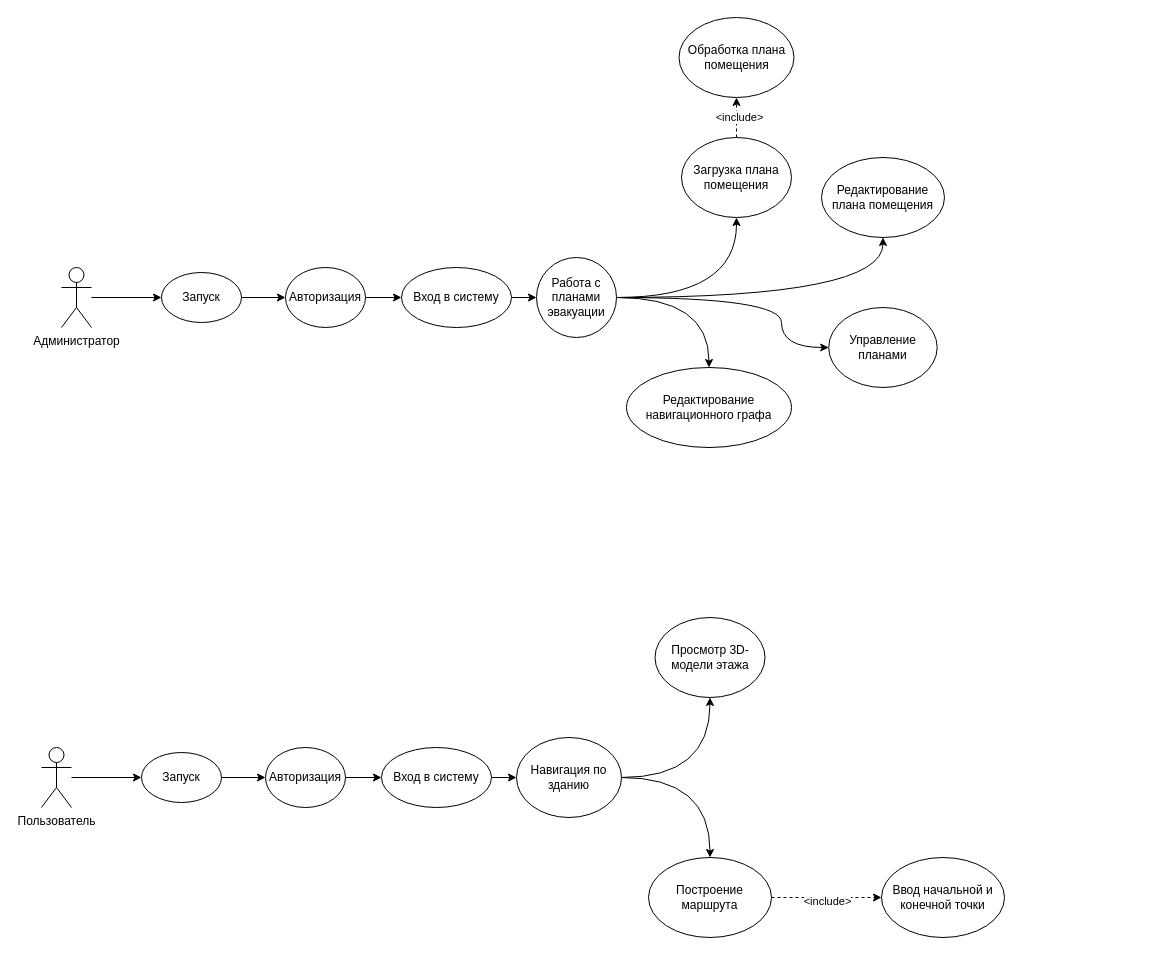
Before: usecase_test1.drawio in kapec2303/kartinka, a draw.io diagram. Source tidied: cells renumbered, new cells numbered last; positions are measured from the earlier drawing's top-left corner, leaving out a move shared by most shapes. Both pictures are drawn from the tidied source at 100%, with x=0, y=0 at pixel (41, 17).
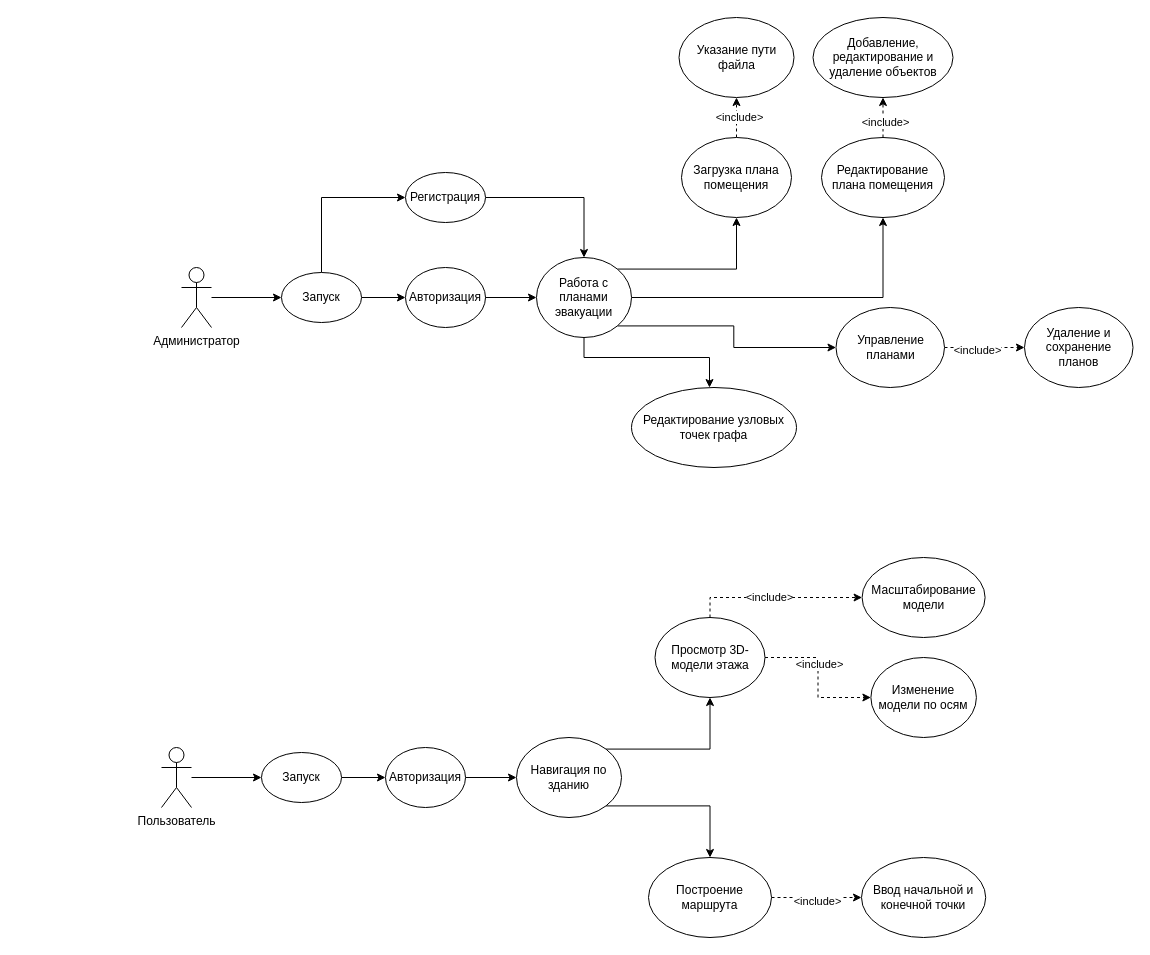
The same diagram, later.

The change refers to these unchanged cells:
```xml
<mxCell id="20" value="Загрузка плана помещения" style="ellipse;whiteSpace=wrap;html=1;verticalAlign=middle;" parent="1" vertex="1">
  <mxGeometry x="640" y="120" width="110" height="80" as="geometry" />
</mxCell>
<mxCell id="32" value="Навигация по зданию" style="ellipse;whiteSpace=wrap;html=1;verticalAlign=middle;" parent="1" vertex="1">
  <mxGeometry x="475" y="720" width="105" height="80" as="geometry" />
</mxCell>
<mxCell id="35" value="Построение маршрута" style="ellipse;whiteSpace=wrap;html=1;verticalAlign=middle;" parent="1" vertex="1">
  <mxGeometry x="607" y="840" width="123" height="80" as="geometry" />
</mxCell>
<mxCell id="36" value="Просмотр 3D-модели этажа" style="ellipse;whiteSpace=wrap;html=1;verticalAlign=middle;" parent="1" vertex="1">
  <mxGeometry x="613.5" y="600" width="110" height="80" as="geometry" />
</mxCell>
```

The edit, as a diff of the source:
```diff
@@
     <mxCell id="3" value="Администратор" style="shape=umlActor;verticalLabelPosition=bottom;verticalAlign=top;html=1;outlineConnect=0;" parent="1" vertex="1">
-      <mxGeometry x="20" y="250" width="30" height="60" as="geometry" />
+      <mxGeometry x="140" y="250" width="30" height="60" as="geometry" />
     </mxCell>
@@
+    <mxCell id="38" style="edgeStyle=orthogonalEdgeStyle;rounded=0;jettySize=auto;html=1;" parent="1" edge="1" source="5" target="48">
+      <mxGeometry relative="1" as="geometry">
+        <Array as="points">
+          <mxPoint x="280" y="180" />
+        </Array>
+      </mxGeometry>
+    </mxCell>
     <mxCell id="5" value="Запуск" style="ellipse;whiteSpace=wrap;html=1;verticalAlign=middle;" parent="1" vertex="1">
-      <mxGeometry x="120" y="255" width="80" height="50" as="geometry" />
+      <mxGeometry x="240" y="255" width="80" height="50" as="geometry" />
     </mxCell>
-    <mxCell id="6" style="edgeStyle=orthogonalEdgeStyle;rounded=0;jettySize=auto;html=1;" parent="1" edge="1" source="7" target="9">
-      <mxGeometry relative="1" as="geometry" />
-    </mxCell>
     <mxCell id="7" value="Авторизация" style="ellipse;whiteSpace=wrap;html=1;verticalAlign=middle;" parent="1" vertex="1">
-      <mxGeometry x="244" y="250" width="80" height="60" as="geometry" />
+      <mxGeometry x="364" y="250" width="80" height="60" as="geometry" />
     </mxCell>
-    <mxCell id="8" style="edgeStyle=orthogonalEdgeStyle;rounded=0;jettySize=auto;html=1;" parent="1" edge="1" source="9" target="14">
+    <mxCell id="8" style="edgeStyle=orthogonalEdgeStyle;rounded=0;jettySize=auto;html=1;exitX=1;exitY=0.5;exitDx=0;exitDy=0;" parent="1" edge="1" source="7" target="14">
       <mxGeometry relative="1" as="geometry" />
     </mxCell>
-    <mxCell id="9" value="Вход в систему" style="ellipse;whiteSpace=wrap;html=1;verticalAlign=middle;" parent="1" vertex="1">
-      <mxGeometry x="360" y="250" width="110" height="60" as="geometry" />
-    </mxCell>
-    <mxCell id="10" style="edgeStyle=orthogonalEdgeStyle;rounded=0;jettySize=auto;html=1;curved=1;" parent="1" edge="1" source="14" target="15">
-      <mxGeometry relative="1" as="geometry">
-        <Array as="points">
-          <mxPoint x="740" y="280" />
-          <mxPoint x="740" y="330" />
-        </Array>
-      </mxGeometry>
+    <mxCell id="10" style="edgeStyle=orthogonalEdgeStyle;rounded=0;jettySize=auto;html=1;exitX=1;exitY=1;exitDx=0;exitDy=0;" parent="1" edge="1" source="14" target="15">
+      <mxGeometry relative="1" as="geometry" />
     </mxCell>
-    <mxCell id="11" style="edgeStyle=orthogonalEdgeStyle;rounded=0;jettySize=auto;html=1;curved=1;" parent="1" edge="1" source="14" target="16">
-      <mxGeometry relative="1" as="geometry" />
+    <mxCell id="11" style="edgeStyle=orthogonalEdgeStyle;rounded=0;jettySize=auto;html=1;" parent="1" edge="1" source="14" target="16">
+      <mxGeometry relative="1" as="geometry">
+        <Array as="points">
+          <mxPoint x="543" y="340" />
+          <mxPoint x="668" y="340" />
+        </Array>
+      </mxGeometry>
     </mxCell>
-    <mxCell id="12" style="edgeStyle=orthogonalEdgeStyle;rounded=0;jettySize=auto;html=1;curved=1;" parent="1" edge="1" source="14" target="17">
+    <mxCell id="12" style="edgeStyle=orthogonalEdgeStyle;rounded=0;jettySize=auto;html=1;" parent="1" edge="1" source="14" target="17">
       <mxGeometry relative="1" as="geometry" />
     </mxCell>
-    <mxCell id="13" style="edgeStyle=orthogonalEdgeStyle;rounded=0;jettySize=auto;html=1;curved=1;" parent="1" edge="1" source="14" target="20">
+    <mxCell id="13" style="edgeStyle=orthogonalEdgeStyle;rounded=0;jettySize=auto;html=1;exitX=1;exitY=0;exitDx=0;exitDy=0;" parent="1" edge="1" source="14" target="20">
       <mxGeometry relative="1" as="geometry" />
     </mxCell>
     <mxCell id="14" value="Работа с планами эвакуации" style="ellipse;whiteSpace=wrap;html=1;verticalAlign=middle;" parent="1" vertex="1">
-      <mxGeometry x="495" y="240" width="80" height="80" as="geometry" />
+      <mxGeometry x="495" y="240" width="95" height="80" as="geometry" />
     </mxCell>
+    <mxCell id="39" style="edgeStyle=orthogonalEdgeStyle;rounded=0;jettySize=auto;html=1;dashed=1;" parent="1" edge="1" source="15" target="49">
+      <mxGeometry relative="1" as="geometry" />
+    </mxCell>
+    <mxCell id="40" value="&amp;lt;include&amp;gt;" style="edgeLabel;html=1;align=center;verticalAlign=middle;" parent="39" vertex="1">
+      <mxGeometry x="-0.19" y="-2" relative="1" as="geometry" />
+    </mxCell>
     <mxCell id="15" value="Управление планами" style="ellipse;whiteSpace=wrap;html=1;verticalAlign=middle;" parent="1" vertex="1">
-      <mxGeometry x="787.2" y="290" width="108.5" height="80" as="geometry" />
+      <mxGeometry x="794.5" y="290" width="108.5" height="80" as="geometry" />
     </mxCell>
-    <mxCell id="16" value="Редактирование навигационного графа" style="ellipse;whiteSpace=wrap;html=1;verticalAlign=middle;" parent="1" vertex="1">
-      <mxGeometry x="585" y="350" width="165" height="80" as="geometry" />
+    <mxCell id="16" value="Редактирование узловых точек графа" style="ellipse;whiteSpace=wrap;html=1;verticalAlign=middle;" parent="1" vertex="1">
+      <mxGeometry x="590" y="370" width="165" height="80" as="geometry" />
     </mxCell>
+    <mxCell id="41" style="edgeStyle=orthogonalEdgeStyle;rounded=0;jettySize=auto;html=1;dashed=1;" parent="1" edge="1" source="17" target="51">
+      <mxGeometry relative="1" as="geometry" />
+    </mxCell>
+    <mxCell id="42" value="&amp;lt;include&amp;gt;" style="edgeLabel;html=1;align=center;verticalAlign=middle;" parent="41" vertex="1">
+      <mxGeometry x="-0.21" y="-2" relative="1" as="geometry" />
+    </mxCell>
     <mxCell id="17" value="Редактирование плана помещения" style="ellipse;whiteSpace=wrap;html=1;verticalAlign=middle;" parent="1" vertex="1">
-      <mxGeometry x="780" y="140" width="123" height="80" as="geometry" />
+      <mxGeometry x="780" y="120" width="123" height="80" as="geometry" />
     </mxCell>
@@
-    <mxCell id="21" value="Обработка плана помещения" style="ellipse;whiteSpace=wrap;html=1;verticalAlign=middle;" parent="1" vertex="1">
+    <mxCell id="21" value="Указание пути файла" style="ellipse;whiteSpace=wrap;html=1;verticalAlign=middle;" parent="1" vertex="1">
       <mxGeometry x="637.5" width="115" height="80" as="geometry" />
     </mxCell>
@@
     <mxCell id="23" value="Пользователь" style="shape=umlActor;verticalLabelPosition=bottom;verticalAlign=top;html=1;outlineConnect=0;" parent="1" vertex="1">
-      <mxGeometry y="730" width="30" height="60" as="geometry" />
+      <mxGeometry x="120" y="730" width="30" height="60" as="geometry" />
     </mxCell>
@@
     <mxCell id="25" value="Запуск" style="ellipse;whiteSpace=wrap;html=1;verticalAlign=middle;" parent="1" vertex="1">
-      <mxGeometry x="100" y="735" width="80" height="50" as="geometry" />
+      <mxGeometry x="220" y="735" width="80" height="50" as="geometry" />
     </mxCell>
-    <mxCell id="26" style="edgeStyle=orthogonalEdgeStyle;rounded=0;jettySize=auto;html=1;" parent="1" edge="1" source="27" target="29">
+    <mxCell id="26" style="edgeStyle=orthogonalEdgeStyle;rounded=0;jettySize=auto;html=1;entryX=0;entryY=0.5;entryDx=0;entryDy=0;" parent="1" edge="1" source="27" target="32">
       <mxGeometry relative="1" as="geometry" />
     </mxCell>
     <mxCell id="27" value="Авторизация" style="ellipse;whiteSpace=wrap;html=1;verticalAlign=middle;" parent="1" vertex="1">
-      <mxGeometry x="224" y="730" width="80" height="60" as="geometry" />
+      <mxGeometry x="344" y="730" width="80" height="60" as="geometry" />
     </mxCell>
-    <mxCell id="28" style="edgeStyle=orthogonalEdgeStyle;rounded=0;jettySize=auto;html=1;" parent="1" edge="1" source="29" target="32">
-      <mxGeometry relative="1" as="geometry" />
-    </mxCell>
-    <mxCell id="29" value="Вход в систему" style="ellipse;whiteSpace=wrap;html=1;verticalAlign=middle;" parent="1" vertex="1">
-      <mxGeometry x="340" y="730" width="110" height="60" as="geometry" />
-    </mxCell>
-    <mxCell id="30" style="edgeStyle=orthogonalEdgeStyle;rounded=0;jettySize=auto;html=1;curved=1;" parent="1" edge="1" source="32" target="35">
+    <mxCell id="30" style="edgeStyle=orthogonalEdgeStyle;rounded=0;jettySize=auto;html=1;exitX=1;exitY=1;exitDx=0;exitDy=0;" parent="1" edge="1" source="32" target="35">
       <mxGeometry relative="1" as="geometry" />
     </mxCell>
-    <mxCell id="31" style="edgeStyle=orthogonalEdgeStyle;rounded=0;jettySize=auto;html=1;curved=1;" parent="1" edge="1" source="32" target="36">
+    <mxCell id="31" style="edgeStyle=orthogonalEdgeStyle;rounded=0;jettySize=auto;html=1;exitX=1;exitY=0;exitDx=0;exitDy=0;" parent="1" edge="1" source="32" target="36">
       <mxGeometry relative="1" as="geometry" />
     </mxCell>
@@
+    <mxCell id="43" style="edgeStyle=orthogonalEdgeStyle;rounded=0;jettySize=auto;html=1;dashed=1;exitX=0.5;exitY=0;exitDx=0;exitDy=0;" parent="1" edge="1" source="36" target="50">
+      <mxGeometry relative="1" as="geometry" />
+    </mxCell>
+    <mxCell id="44" value="&amp;lt;include&amp;gt;" style="edgeLabel;html=1;align=center;verticalAlign=middle;" parent="43" vertex="1">
+      <mxGeometry x="-0.08" y="1" relative="1" as="geometry" />
+    </mxCell>
+    <mxCell id="45" style="edgeStyle=orthogonalEdgeStyle;rounded=0;jettySize=auto;html=1;dashed=1;" parent="1" edge="1" source="36" target="52">
+      <mxGeometry relative="1" as="geometry" />
+    </mxCell>
+    <mxCell id="46" value="&amp;lt;include&amp;gt;" style="edgeLabel;html=1;align=center;verticalAlign=middle;" parent="45" vertex="1">
+      <mxGeometry x="-0.19" y="1" relative="1" as="geometry" />
+    </mxCell>
@@
     <mxCell id="37" value="Ввод начальной и конечной точки" style="ellipse;whiteSpace=wrap;html=1;verticalAlign=middle;" parent="1" vertex="1">
-      <mxGeometry x="840" y="840" width="123" height="80" as="geometry" />
+      <mxGeometry x="820" y="840" width="124.2" height="80" as="geometry" />
     </mxCell>
+    <mxCell id="47" style="edgeStyle=orthogonalEdgeStyle;rounded=0;jettySize=auto;html=1;exitX=1;exitY=0.5;exitDx=0;exitDy=0;entryX=0.5;entryY=0;entryDx=0;entryDy=0;" parent="1" edge="1" source="48" target="14">
+      <mxGeometry relative="1" as="geometry" />
+    </mxCell>
+    <mxCell id="48" value="Регистрация" style="ellipse;whiteSpace=wrap;html=1;verticalAlign=middle;" parent="1" vertex="1">
+      <mxGeometry x="364" y="155" width="80" height="50" as="geometry" />
+    </mxCell>
+    <mxCell id="49" value="Удаление и сохранение планов" style="ellipse;whiteSpace=wrap;html=1;verticalAlign=middle;" parent="1" vertex="1">
+      <mxGeometry x="983" y="290" width="108.5" height="80" as="geometry" />
+    </mxCell>
+    <mxCell id="50" value="Масштабирование модели" style="ellipse;whiteSpace=wrap;html=1;verticalAlign=middle;" parent="1" vertex="1">
+      <mxGeometry x="820.6" y="540" width="123" height="80" as="geometry" />
+    </mxCell>
+    <mxCell id="51" value="Добавление, редактирование и удаление объектов" style="ellipse;whiteSpace=wrap;html=1;verticalAlign=middle;" parent="1" vertex="1">
+      <mxGeometry x="771.5" width="140" height="80" as="geometry" />
+    </mxCell>
+    <mxCell id="52" value="Изменение модели по осям" style="ellipse;whiteSpace=wrap;html=1;verticalAlign=middle;" parent="1" vertex="1">
+      <mxGeometry x="829.4" y="640" width="105.5" height="80" as="geometry" />
+    </mxCell>
```
